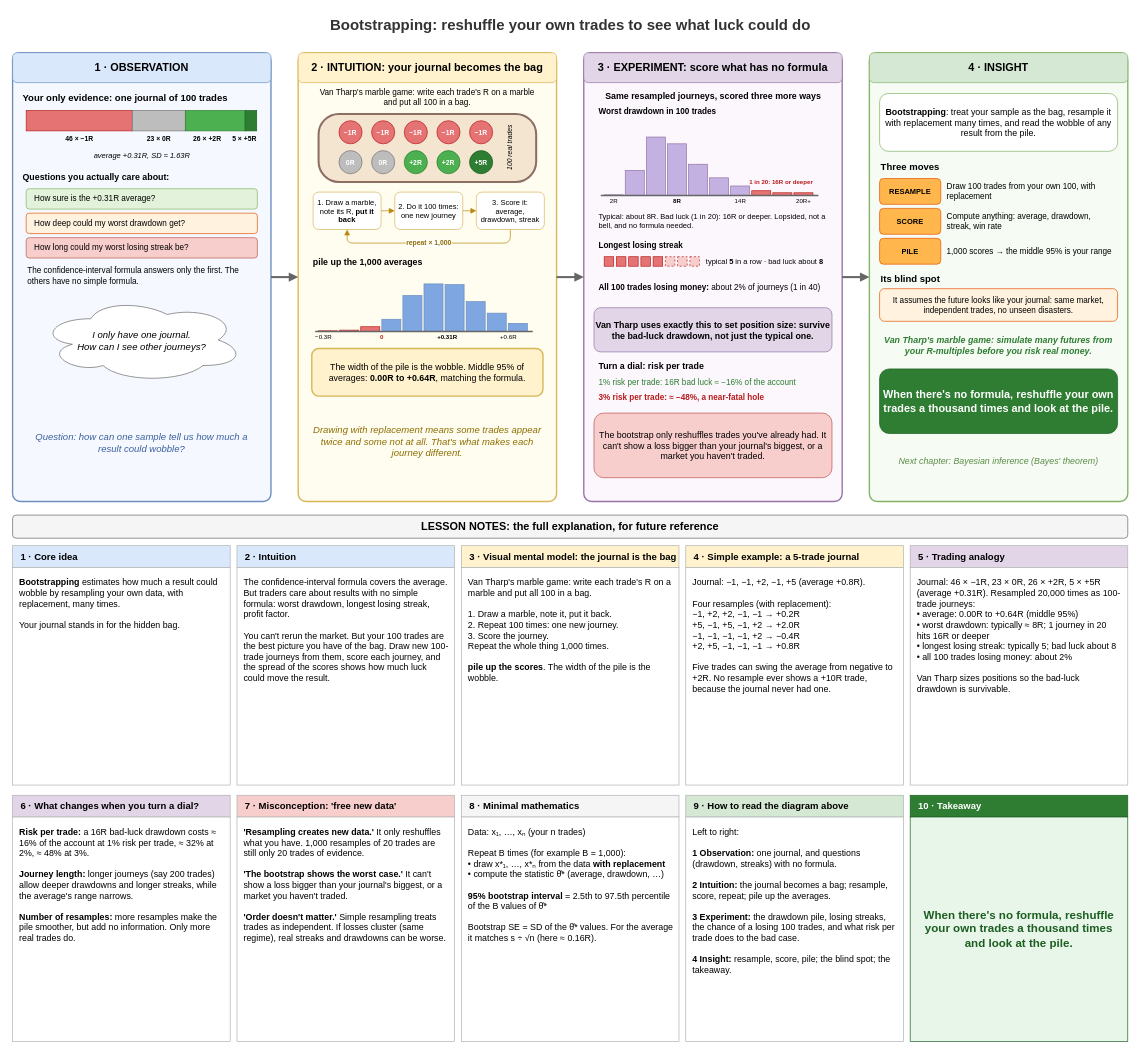
Before: page "03 Bootstrapping" (3 of 3) of seeing-theory/04-frequentist-inference.drawio in raj-champaneriya-ibm/continuous-learning, a draw.io diagram. Source tidied: cells renumbered, new cells numbered last; positions are measured from the earlier drawing's top-left corner, leaving out a move shared by most shapes. Both pictures are drawn from the tidied source at 68%, with x=0, y=0 at pixel (12, 12).
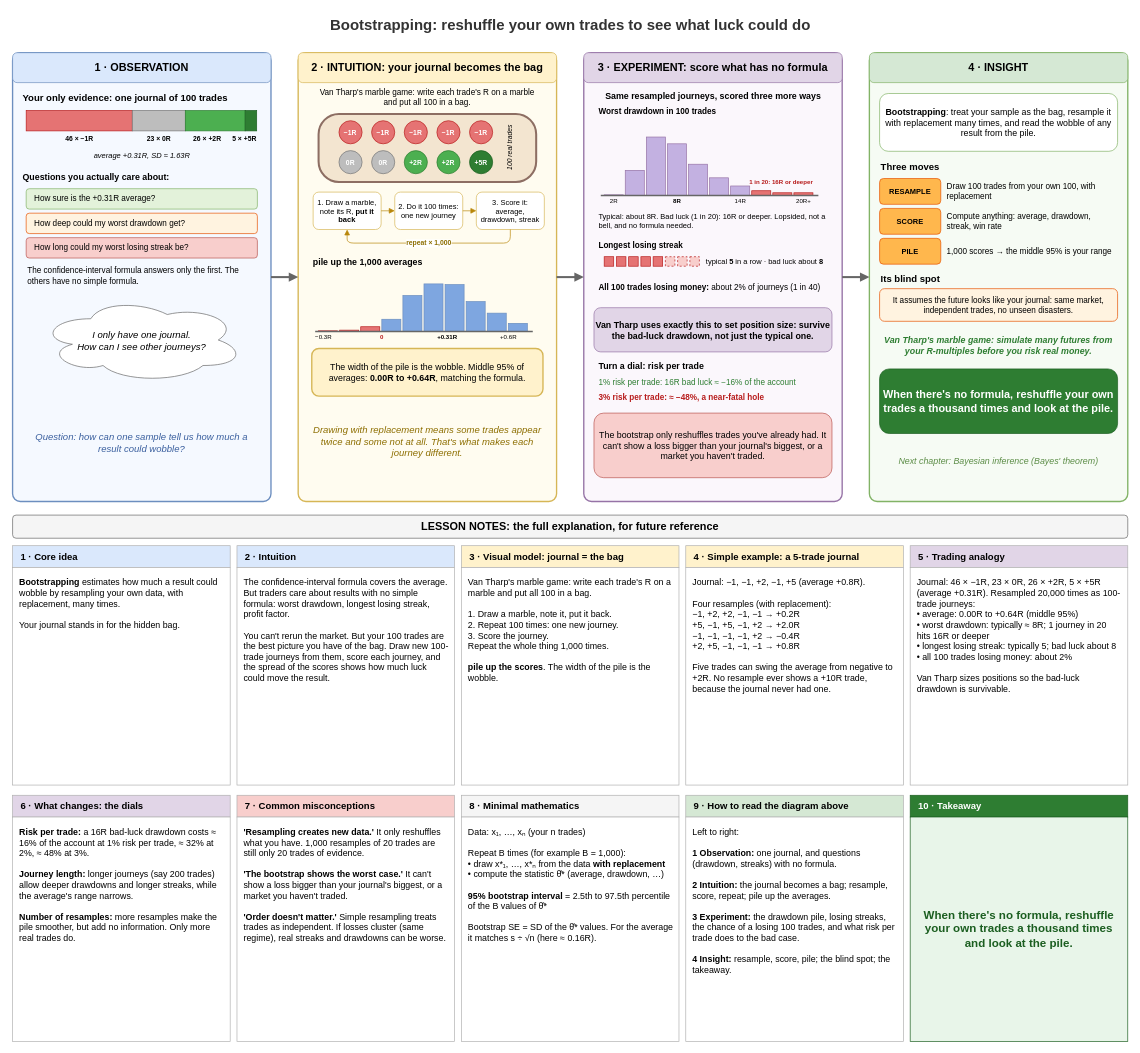
The same diagram, later.

The edit, as a diff of the source:
```diff
@@
-    <mxCell id="121" value="3 · Visual mental model: the journal is the bag" style="rounded=0;whiteSpace=wrap;html=1;fillColor=#fff2cc;strokeColor=#B0B0B0;align=left;spacingLeft=10;fontSize=14;fontStyle=1;" parent="1" vertex="1">
+    <mxCell id="121" value="3 · Visual model: journal = the bag" style="rounded=0;whiteSpace=wrap;html=1;fillColor=#fff2cc;strokeColor=#B0B0B0;align=left;spacingLeft=10;fontSize=14;fontStyle=1;" parent="1" vertex="1">
       <mxGeometry x="660" y="785" width="320" height="32" as="geometry" />
     </mxCell>
@@
-    <mxCell id="127" value="6 · What changes when you turn a dial?" style="rounded=0;whiteSpace=wrap;html=1;fillColor=#e1d5e7;strokeColor=#B0B0B0;align=left;spacingLeft=10;fontSize=14;fontStyle=1;" parent="1" vertex="1">
+    <mxCell id="127" value="6 · What changes: the dials" style="rounded=0;whiteSpace=wrap;html=1;fillColor=#e1d5e7;strokeColor=#B0B0B0;align=left;spacingLeft=10;fontSize=14;fontStyle=1;" parent="1" vertex="1">
       <mxGeometry y="1152" width="320" height="32" as="geometry" />
     </mxCell>
@@
-    <mxCell id="129" value="7 · Misconception: 'free new data'" style="rounded=0;whiteSpace=wrap;html=1;fillColor=#f8cecc;strokeColor=#B0B0B0;align=left;spacingLeft=10;fontSize=14;fontStyle=1;" parent="1" vertex="1">
+    <mxCell id="129" value="7 · Common misconceptions" style="rounded=0;whiteSpace=wrap;html=1;fillColor=#f8cecc;strokeColor=#B0B0B0;align=left;spacingLeft=10;fontSize=14;fontStyle=1;" parent="1" vertex="1">
       <mxGeometry x="330" y="1152" width="320" height="32" as="geometry" />
     </mxCell>
```
